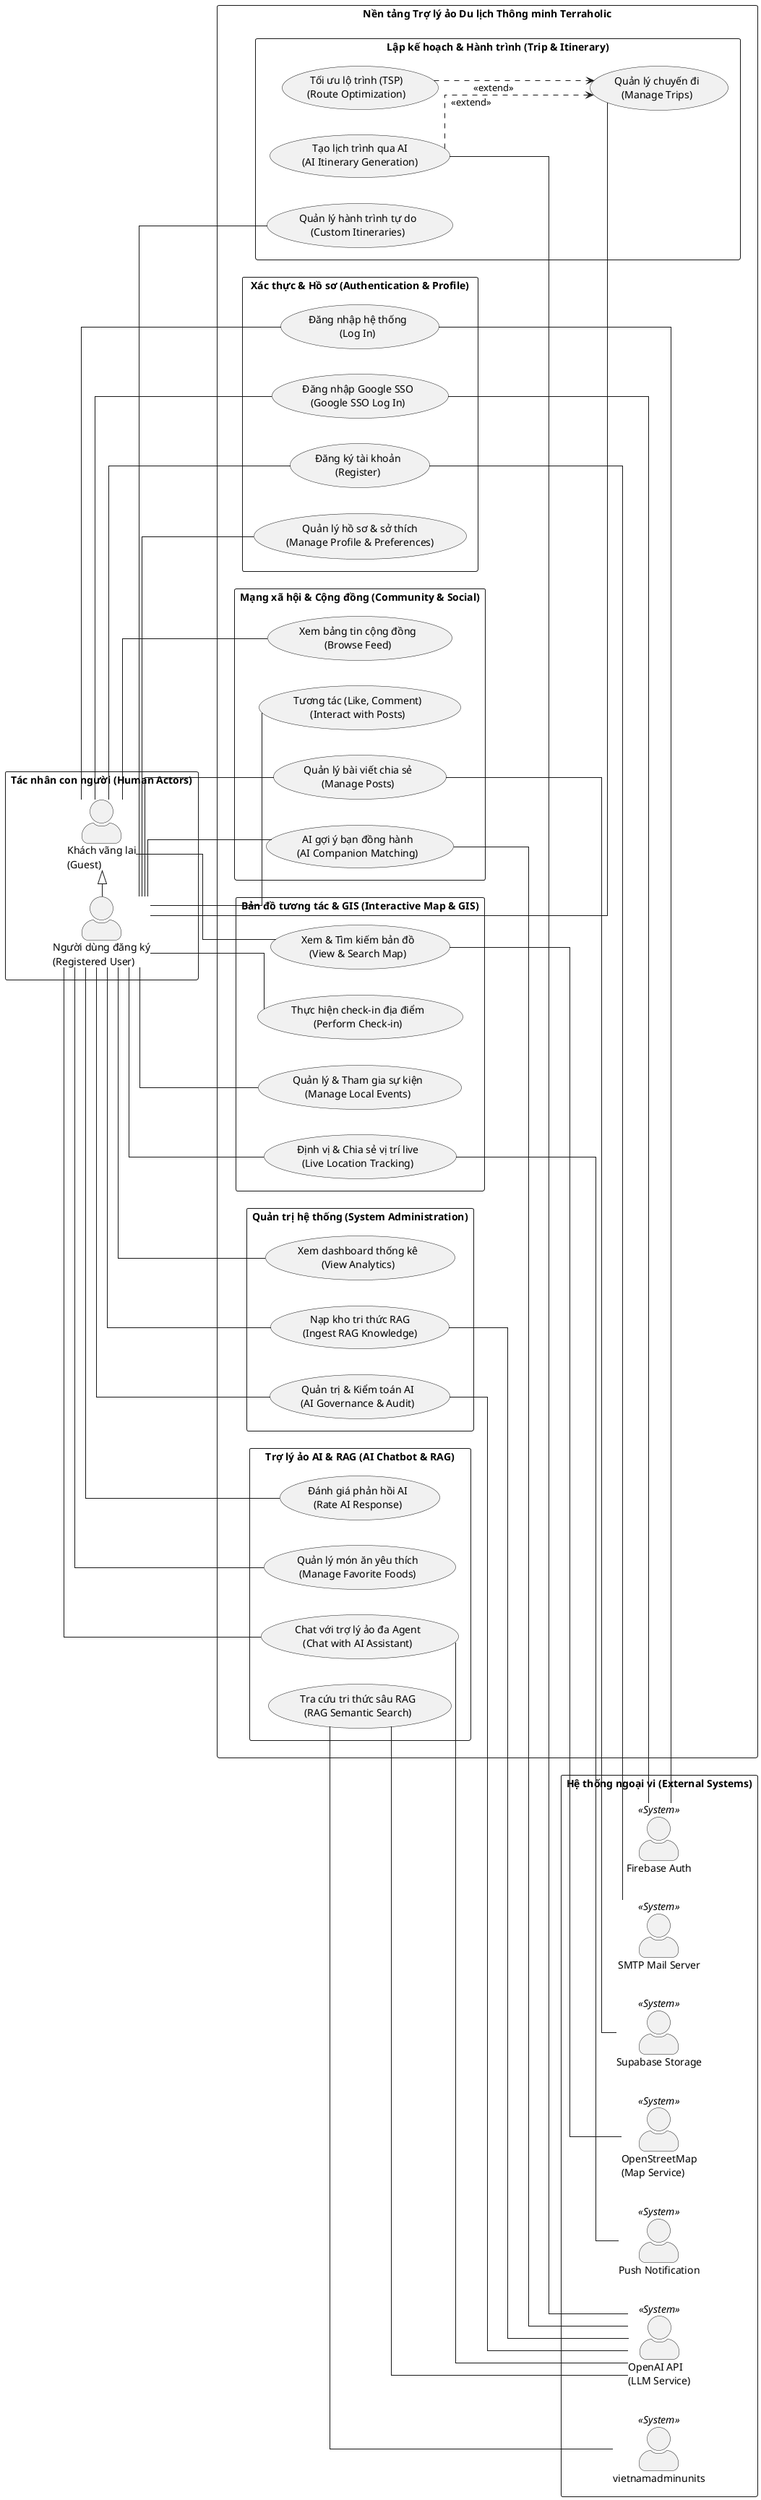
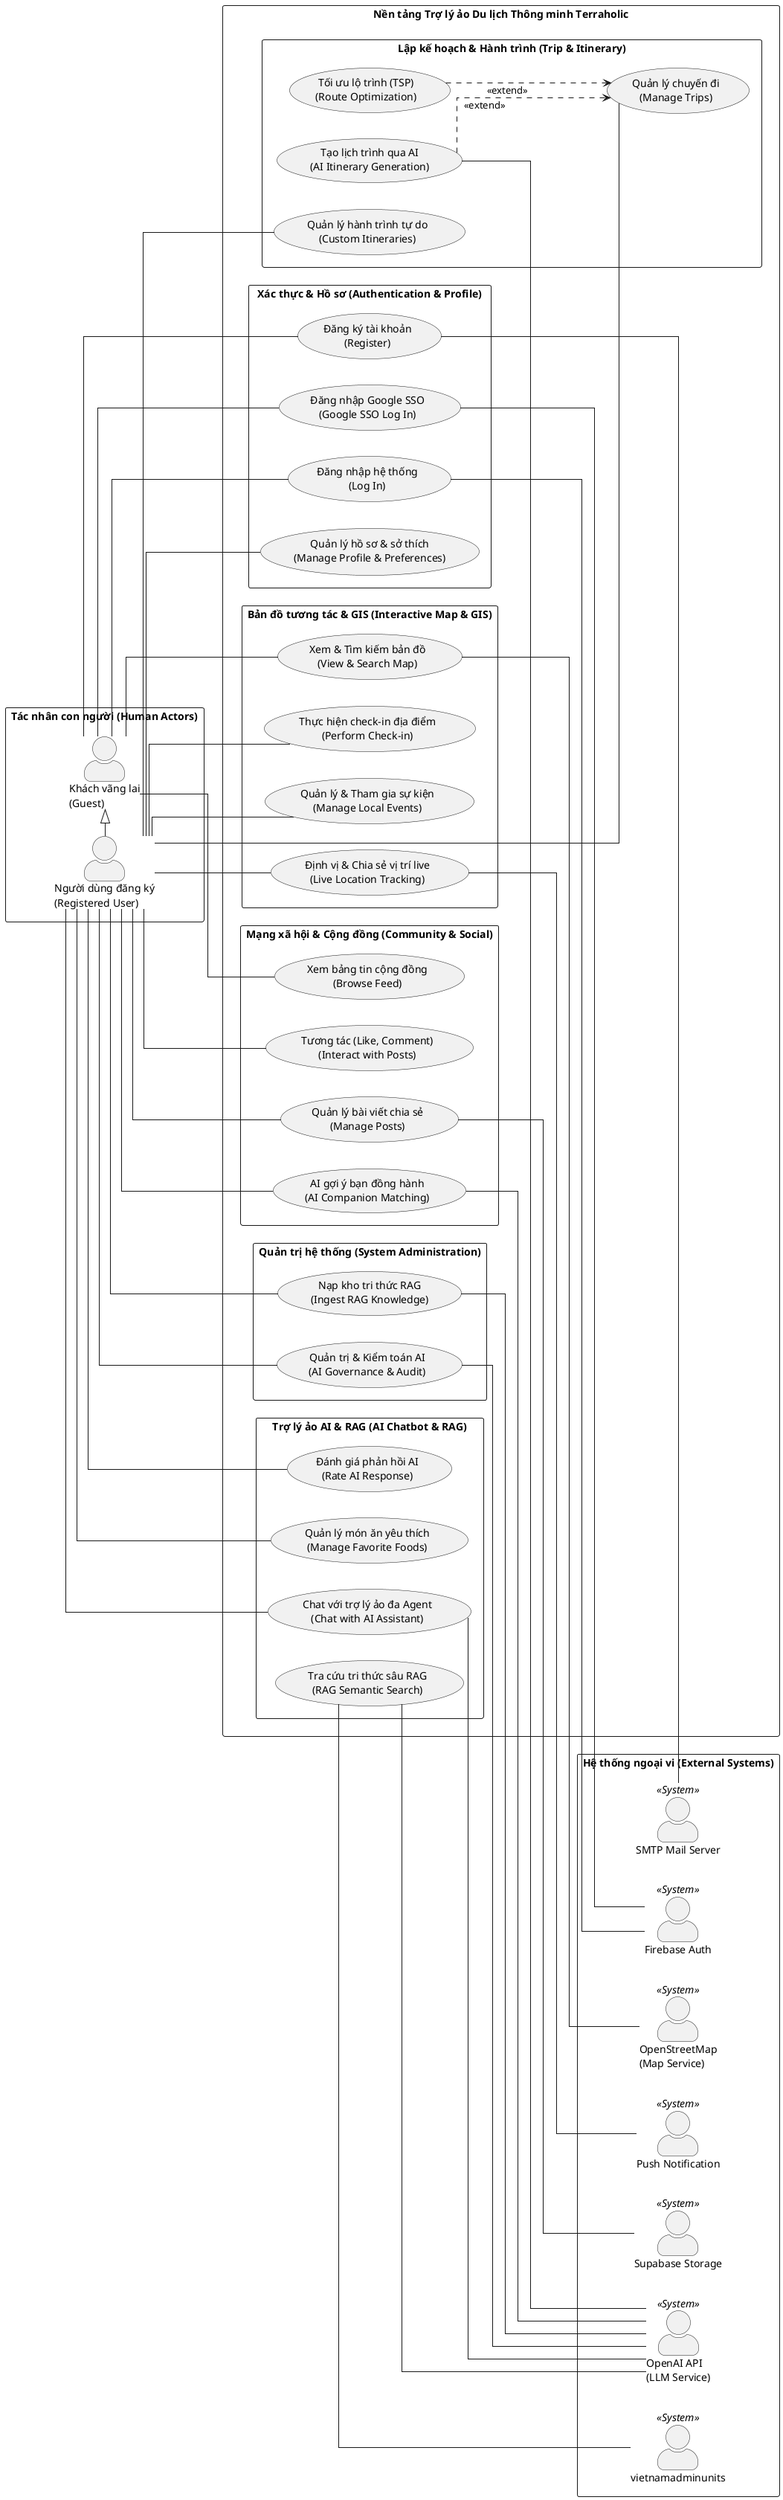
@startuml UseCase_Master
left to right direction
skinparam packageStyle rectangle
skinparam actorStyle awesome
skinparam linetype ortho

' ==========================================
' 1. ACTORS DEFINITIONS
' ==========================================

' Human Actors (Tác nhân con người)
package "Tác nhân con người (Human Actors)" {
  actor "Khách vãng lai\n(Guest)" as Guest
  actor "Người dùng đăng ký\n(Registered User)" as RegisteredUser
}

' External Systems & Supporting Services (Tác nhân hệ thống ngoại vi)
package "Hệ thống ngoại vi (External Systems)" {
  actor "Firebase Auth" as Firebase <<System>>
  actor "OpenStreetMap\n(Map Service)" as MapService <<System>>
  actor "SMTP Mail Server" as SMTP <<System>>
  actor "OpenAI API\n(LLM Service)" as OpenAI <<System>>
  actor "vietnamadminunits" as AdminUnits <<System>>
  actor "Supabase Storage" as SupabaseStorage <<System>>
  actor "Push Notification" as PushNotif <<System>>
}

' Actor Inheritance (Thừa kế tác nhân)
RegisteredUser -|> Guest

' ==========================================
' 2. SYSTEM BOUNDARY & FUNCTIONAL DOMAINS
' ==========================================
rectangle "Nền tảng Trợ lý ảo Du lịch Thông minh Terraholic" as SystemBoundary {

  ' --- Phân hệ Xác thực & Thành viên ---
  package "Xác thực & Hồ sơ (Authentication & Profile)" {
    usecase "Đăng ký tài khoản\n(Register)" as UC_Auth_Reg
    usecase "Đăng nhập hệ thống\n(Log In)" as UC_Auth_Login
    usecase "Đăng nhập Google SSO\n(Google SSO Log In)" as UC_Auth_GLogin
    usecase "Quản lý hồ sơ & sở thích\n(Manage Profile & Preferences)" as UC_Auth_Pref
  }

  ' --- Phân hệ Lập lịch trình & Hành trình ---
  package "Lập kế hoạch & Hành trình (Trip & Itinerary)" {
    usecase "Quản lý chuyến đi\n(Manage Trips)" as UC_Trip_Manage
    usecase "Tạo lịch trình qua AI\n(AI Itinerary Generation)" as UC_Trip_AI
    usecase "Tối ưu lộ trình (TSP)\n(Route Optimization)" as UC_Trip_TSP
    usecase "Quản lý hành trình tự do\n(Custom Itineraries)" as UC_Trip_Custom
  }

  ' --- Phân hệ Mạng xã hội du lịch ---
  package "Mạng xã hội & Cộng đồng (Community & Social)" {
    usecase "Xem bảng tin cộng đồng\n(Browse Feed)" as UC_Soc_Feed
    usecase "Quản lý bài viết chia sẻ\n(Manage Posts)" as UC_Soc_Posts
    usecase "Tương tác (Like, Comment)\n(Interact with Posts)" as UC_Soc_Interact
    usecase "AI gợi ý bạn đồng hành\n(AI Companion Matching)" as UC_Soc_Match
  }

  ' --- Phân hệ Bản đồ tương tác & GIS ---
  package "Bản đồ tương tác & GIS (Interactive Map & GIS)" {
    usecase "Xem & Tìm kiếm bản đồ\n(View & Search Map)" as UC_Map_View
    usecase "Định vị & Chia sẻ vị trí live\n(Live Location Tracking)" as UC_Map_Live
    usecase "Thực hiện check-in địa điểm\n(Perform Check-in)" as UC_Map_Checkin
    usecase "Quản lý & Tham gia sự kiện\n(Manage Local Events)" as UC_Map_Events
  }

  ' --- Phân hệ Trợ lý ảo AI & RAG ---
  package "Trợ lý ảo AI & RAG (AI Chatbot & RAG)" {
    usecase "Chat với trợ lý ảo đa Agent\n(Chat with AI Assistant)" as UC_AI_Chat
    usecase "Tra cứu tri thức sâu RAG\n(RAG Semantic Search)" as UC_AI_RAG
    usecase "Đánh giá phản hồi AI\n(Rate AI Response)" as UC_AI_Feedback
    usecase "Quản lý món ăn yêu thích\n(Manage Favorite Foods)" as UC_AI_Food
  }

  ' --- Phân hệ Quản trị hệ thống ---
  package "Quản trị hệ thống (System Administration)" {
-     usecase "Xem dashboard thống kê\n(View Analytics)" as UC_Admin_Stats
    usecase "Nạp kho tri thức RAG\n(Ingest RAG Knowledge)" as UC_Admin_Ingest
    usecase "Quản trị & Kiểm toán AI\n(AI Governance & Audit)" as UC_Admin_Gov
  }

  ' Mối quan hệ giữa các Use Case trong hệ thống
  UC_Trip_AI ..> UC_Trip_Manage : <<extend>>
  UC_Trip_TSP ..> UC_Trip_Manage : <<extend>>
}

' ==========================================
' 3. ASSOCIATIONS (HUMAN ACTORS -> USE CASES)
' ==========================================

' Guest Associations
Guest -- UC_Auth_Reg
Guest -- UC_Auth_Login
Guest -- UC_Auth_GLogin
Guest -- UC_Soc_Feed
Guest -- UC_Map_View

' Registered User Associations
RegisteredUser -- UC_Auth_Pref
RegisteredUser -- UC_Trip_Manage
RegisteredUser -- UC_Trip_Custom
RegisteredUser -- UC_Soc_Posts
RegisteredUser -- UC_Soc_Interact
RegisteredUser -- UC_Soc_Match
RegisteredUser -- UC_Map_Live
RegisteredUser -- UC_Map_Checkin
RegisteredUser -- UC_Map_Events
RegisteredUser -- UC_AI_Chat
RegisteredUser -- UC_AI_Feedback
RegisteredUser -- UC_AI_Food
- RegisteredUser -- UC_Admin_Stats
RegisteredUser -- UC_Admin_Ingest
RegisteredUser -- UC_Admin_Gov

' ==========================================
' 4. ASSOCIATIONS (USE CASES -> EXTERNAL SYSTEMS)
' ==========================================
UC_Auth_Reg -- SMTP
UC_Auth_Login -- Firebase
UC_Auth_GLogin -- Firebase
UC_Trip_AI -- OpenAI
UC_Soc_Posts -- SupabaseStorage
UC_Soc_Match -- OpenAI
UC_Map_View -- MapService
UC_Map_Live -- PushNotif
UC_AI_Chat -- OpenAI
UC_AI_RAG -- OpenAI
UC_AI_RAG -- AdminUnits
UC_Admin_Ingest -- OpenAI
UC_Admin_Gov -- OpenAI

@enduml
